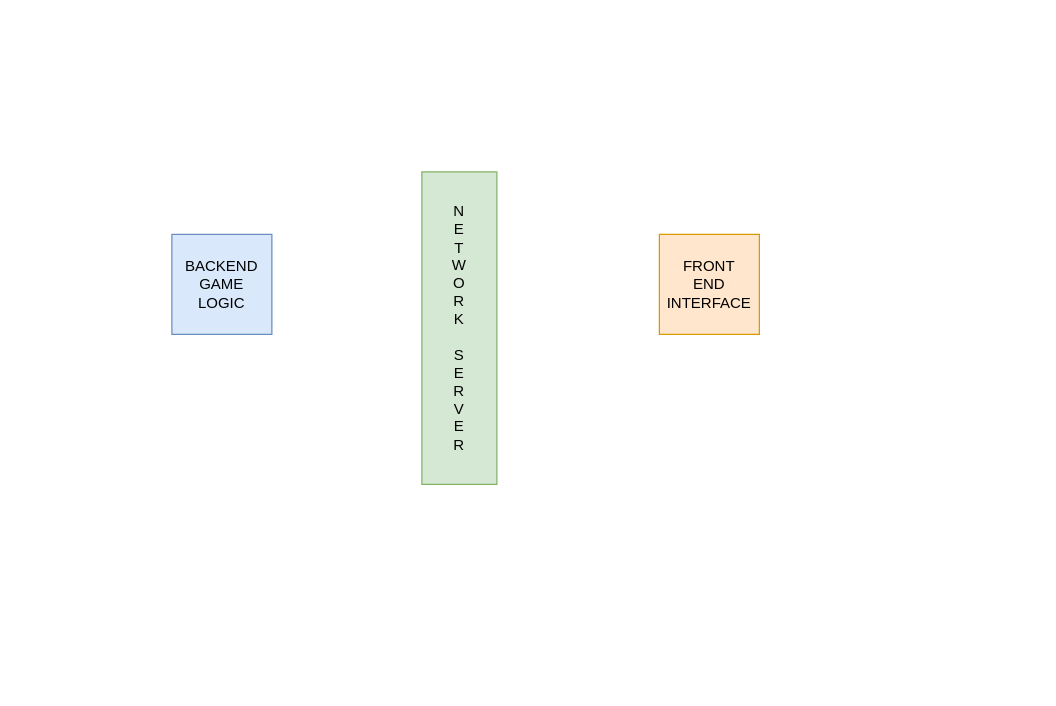
Above: Untitled Diagram.drawio in Acelhaka/Clueless-game (draw.io), before the change. Source tidied: cells renumbered, new cells numbered last; positions are measured from the earlier drawing's top-left corner, leaving out a move shared by most shapes. Both pictures are drawn from the tidied source at 125%, with x=0, y=0 at pixel (171, 171).
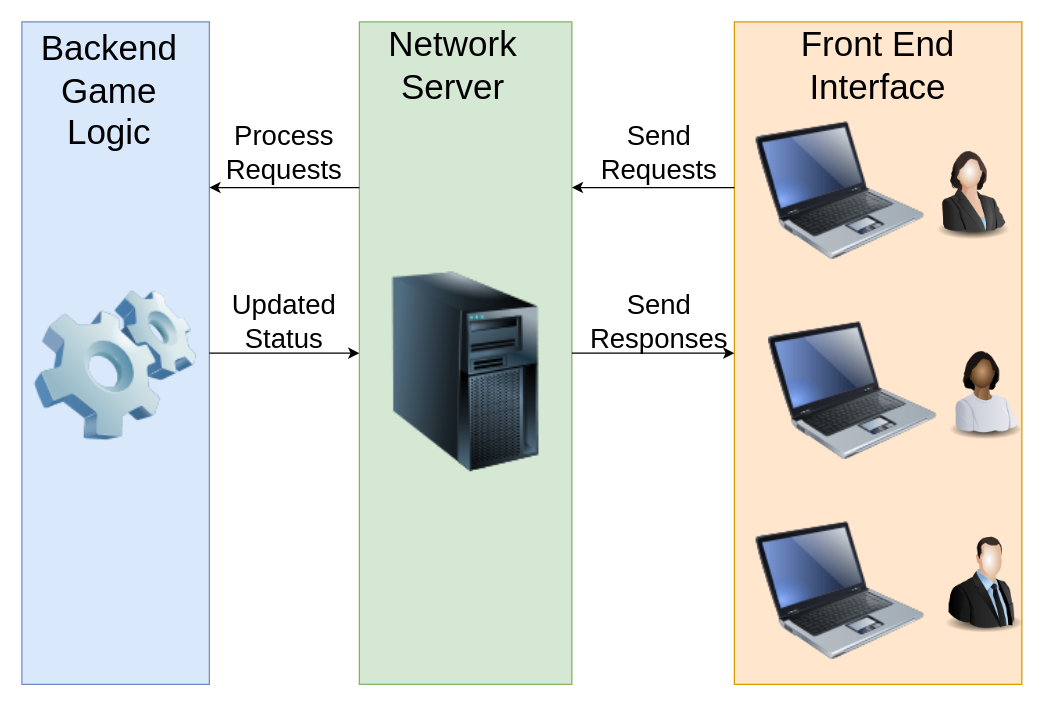
After the change.

Change to the diagram source:
```diff
@@
-    <mxCell id="2" value="BACKEND&lt;br&gt;GAME&lt;br&gt;LOGIC" style="whiteSpace=wrap;html=1;fillColor=#dae8fc;strokeColor=#6c8ebf;" parent="1" vertex="1">
-      <mxGeometry y="50" width="80" height="80" as="geometry" />
-    </mxCell>
-    <mxCell id="3" value="N&lt;br&gt;E&lt;br&gt;T&lt;br&gt;W&lt;br&gt;O&lt;br&gt;R&lt;br&gt;K&lt;br&gt;&lt;br&gt;S&lt;br&gt;E&lt;br&gt;R&lt;br&gt;V&lt;br&gt;E&lt;br&gt;R" style="rounded=0;whiteSpace=wrap;html=1;fillColor=#d5e8d4;strokeColor=#82b366;" parent="1" vertex="1">
-      <mxGeometry x="200" width="60" height="250" as="geometry" />
-    </mxCell>
-    <mxCell id="4" value="FRONT&lt;br&gt;END&lt;br&gt;INTERFACE" style="whiteSpace=wrap;html=1;fillColor=#ffe6cc;strokeColor=#d79b00;" parent="1" vertex="1">
-      <mxGeometry x="390" y="50" width="80" height="80" as="geometry" />
-    </mxCell>
+    <mxCell id="5" style="rounded=0;whiteSpace=wrap;html=1;fillColor=#dae8fc;strokeColor=#6c8ebf;" parent="1" vertex="1">
+      <mxGeometry x="-120" y="-120" width="150" height="530" as="geometry" />
+    </mxCell>
+    <mxCell id="6" style="rounded=0;whiteSpace=wrap;html=1;fillColor=#ffe6cc;strokeColor=#d79b00;" parent="1" vertex="1">
+      <mxGeometry x="450" y="-120" width="230" height="530" as="geometry" />
+    </mxCell>
+    <mxCell id="7" style="rounded=0;whiteSpace=wrap;html=1;fillColor=#d5e8d4;strokeColor=#82b366;" parent="1" vertex="1">
+      <mxGeometry x="150" y="-120" width="170" height="530" as="geometry" />
+    </mxCell>
+    <mxCell id="8" style="image;html=1;image=img/lib/clip_art/computers/Server_Tower_128x128.png;" parent="1" vertex="1">
+      <mxGeometry x="175" y="80" width="120" height="160" as="geometry" />
+    </mxCell>
+    <mxCell id="9" style="image;html=1;image=img/lib/clip_art/computers/Laptop_128x128.png;" parent="1" vertex="1">
+      <mxGeometry x="460" y="-40" width="150" height="110" as="geometry" />
+    </mxCell>
+    <mxCell id="10" style="image;html=1;image=img/lib/clip_art/computers/Laptop_128x128.png;" parent="1" vertex="1">
+      <mxGeometry x="470" y="120" width="150" height="110" as="geometry" />
+    </mxCell>
+    <mxCell id="11" style="image;html=1;image=img/lib/clip_art/computers/Laptop_128x128.png;" parent="1" vertex="1">
+      <mxGeometry x="460" y="280" width="150" height="110" as="geometry" />
+    </mxCell>
+    <mxCell id="12" style="image;html=1;image=img/lib/clip_art/computers/Software_128x128.png;" parent="1" vertex="1">
+      <mxGeometry x="-110" y="80" width="130" height="150" as="geometry" />
+    </mxCell>
+    <mxCell id="13" style="image;html=1;image=img/lib/clip_art/people/Suit_Woman_128x128.png;direction=east;" parent="1" vertex="1">
+      <mxGeometry x="600" y="-25" width="80" height="80" as="geometry" />
+    </mxCell>
+    <mxCell id="14" style="image;html=1;image=img/lib/clip_art/people/Worker_Woman_Black_128x128.png;" parent="1" vertex="1">
+      <mxGeometry x="610" y="135" width="80" height="80" as="geometry" />
+    </mxCell>
+    <mxCell id="15" style="image;html=1;image=img/lib/clip_art/people/Suit_Man_128x128.png;" parent="1" vertex="1">
+      <mxGeometry x="610" y="290" width="80" height="80" as="geometry" />
+    </mxCell>
+    <mxCell id="16" value="&lt;font style=&quot;font-size: 28px&quot;&gt;Network Server&lt;/font&gt;" style="text;html=1;strokeColor=none;fillColor=none;align=center;verticalAlign=middle;whiteSpace=wrap;rounded=0;" parent="1" vertex="1">
+      <mxGeometry x="155" y="-110" width="140" height="50" as="geometry" />
+    </mxCell>
+    <mxCell id="17" value="&lt;font style=&quot;font-size: 28px&quot;&gt;Front End&lt;br&gt;Interface&lt;br&gt;&lt;/font&gt;" style="text;html=1;strokeColor=none;fillColor=none;align=center;verticalAlign=middle;whiteSpace=wrap;rounded=0;" parent="1" vertex="1">
+      <mxGeometry x="495" y="-110" width="140" height="50" as="geometry" />
+    </mxCell>
+    <mxCell id="18" value="&lt;font style=&quot;font-size: 28px&quot;&gt;Backend&lt;br&gt;Game&lt;br&gt;Logic&lt;br&gt;&lt;/font&gt;" style="text;html=1;strokeColor=none;fillColor=none;align=center;verticalAlign=middle;whiteSpace=wrap;rounded=0;" parent="1" vertex="1">
+      <mxGeometry x="-120" y="-90" width="140" height="50" as="geometry" />
+    </mxCell>
+    <mxCell id="19" style="endArrow=classic;html=1;exitX=0;exitY=0.25;exitDx=0;exitDy=0;entryX=1;entryY=0.25;entryDx=0;entryDy=0;" parent="1" edge="1" source="6" target="7">
+      <mxGeometry relative="1" as="geometry" />
+    </mxCell>
+    <mxCell id="20" value="&lt;font style=&quot;font-size: 22px&quot;&gt;Send&lt;br&gt;Requests&lt;br&gt;&lt;/font&gt;" style="text;html=1;strokeColor=none;fillColor=none;align=center;verticalAlign=middle;whiteSpace=wrap;rounded=0;" parent="1" vertex="1">
+      <mxGeometry x="370" y="-50" width="40" height="70" as="geometry" />
+    </mxCell>
+    <mxCell id="21" style="endArrow=classic;html=1;exitX=0;exitY=0.25;exitDx=0;exitDy=0;entryX=1;entryY=0.25;entryDx=0;entryDy=0;" parent="1" edge="1" source="7" target="5">
+      <mxGeometry relative="1" as="geometry" />
+    </mxCell>
+    <mxCell id="22" value="&lt;font style=&quot;font-size: 22px&quot;&gt;Process&lt;br&gt;Requests&lt;br&gt;&lt;/font&gt;" style="text;html=1;strokeColor=none;fillColor=none;align=center;verticalAlign=middle;whiteSpace=wrap;rounded=0;" parent="1" vertex="1">
+      <mxGeometry x="70" y="-25" width="40" height="20" as="geometry" />
+    </mxCell>
+    <mxCell id="23" style="endArrow=classic;html=1;exitX=1;exitY=0.5;exitDx=0;exitDy=0;entryX=0;entryY=0.5;entryDx=0;entryDy=0;" parent="1" edge="1" source="5" target="7">
+      <mxGeometry relative="1" as="geometry" />
+    </mxCell>
+    <mxCell id="24" value="&lt;font style=&quot;font-size: 22px&quot;&gt;Updated&lt;br&gt;Status&lt;br&gt;&lt;/font&gt;" style="text;html=1;strokeColor=none;fillColor=none;align=center;verticalAlign=middle;whiteSpace=wrap;rounded=0;" parent="1" vertex="1">
+      <mxGeometry x="70" y="110" width="40" height="20" as="geometry" />
+    </mxCell>
+    <mxCell id="25" style="endArrow=classic;html=1;exitX=1;exitY=0.5;exitDx=0;exitDy=0;entryX=0;entryY=0.5;entryDx=0;entryDy=0;" parent="1" edge="1" source="7" target="6">
+      <mxGeometry relative="1" as="geometry" />
+    </mxCell>
+    <mxCell id="26" value="&lt;font style=&quot;font-size: 22px&quot;&gt;Send&lt;br&gt;Responses&lt;br&gt;&lt;/font&gt;" style="text;html=1;strokeColor=none;fillColor=none;align=center;verticalAlign=middle;whiteSpace=wrap;rounded=0;" parent="1" vertex="1">
+      <mxGeometry x="370" y="110" width="40" height="20" as="geometry" />
+    </mxCell>
```
